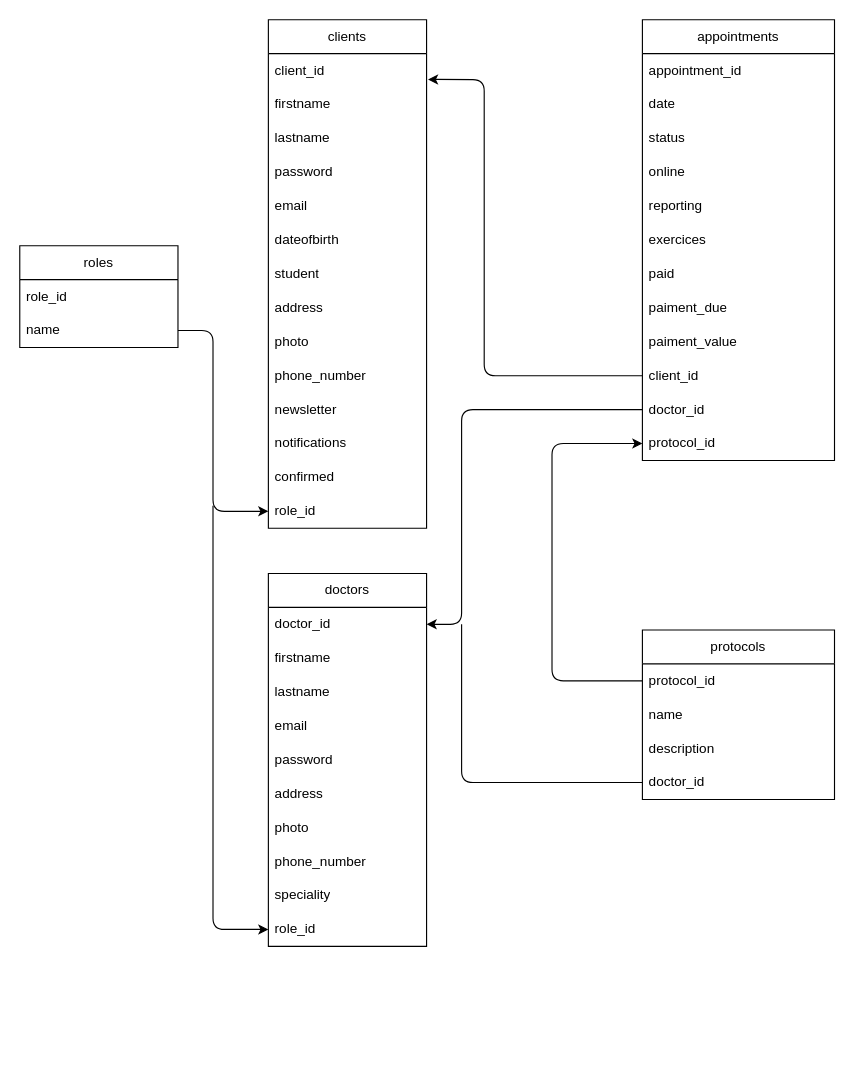
Earlier version of the draw.io diagram project_analysis/mld/mld.drawio (AlexSearha/KL-sophro-React-Back). Source tidied: cells renumbered, new cells numbered last; positions are measured from the earlier drawing's top-left corner, leaving out a move shared by most shapes. Both pictures are drawn from the tidied source at 113%, with x=0, y=0 at pixel (19, 19).
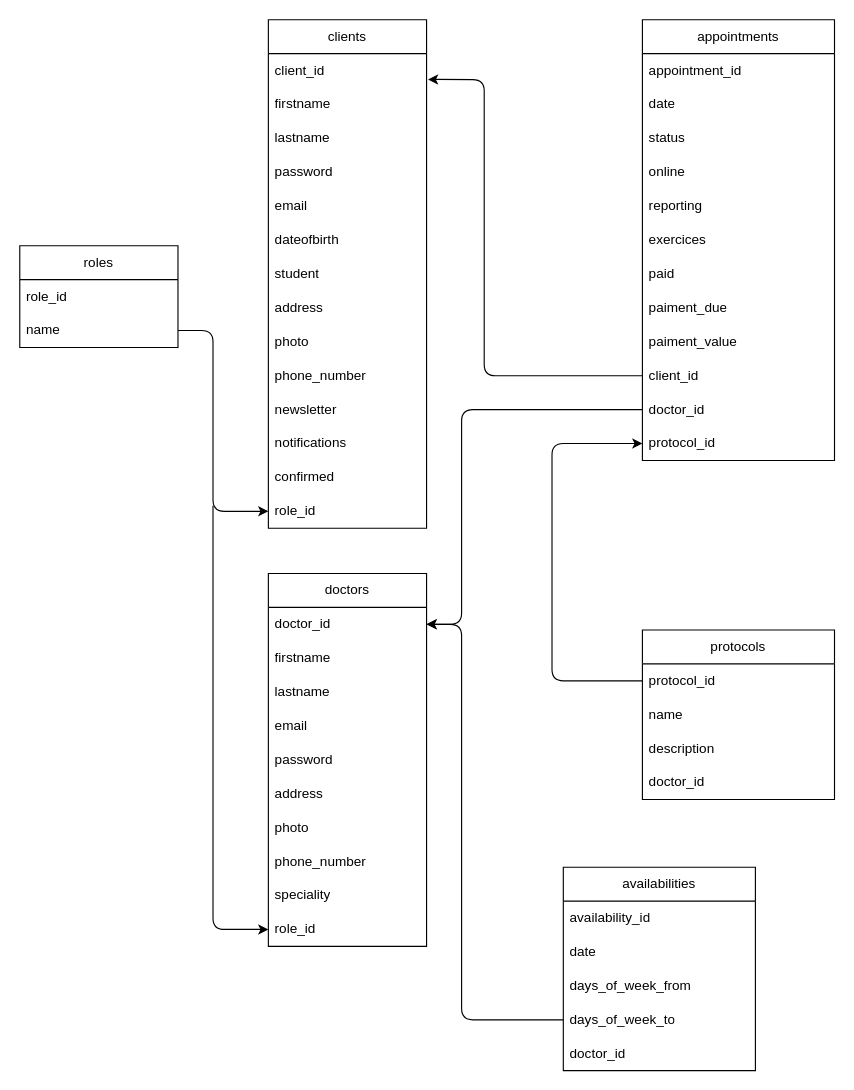
After the change.

Unchanged cells that the change refers to:
```xml
<mxCell id="18" value="doctor_id" style="text;strokeColor=none;fillColor=none;align=left;verticalAlign=middle;spacingLeft=4;spacingRight=4;overflow=hidden;points=[[0,0.5],[1,0.5]];portConstraint=eastwest;whiteSpace=wrap;html=1;" parent="17" vertex="1">
  <mxGeometry y="30" width="140" height="30" as="geometry" />
</mxCell>
<mxCell id="48" value="doctor_id" style="text;strokeColor=none;fillColor=none;align=left;verticalAlign=middle;spacingLeft=4;spacingRight=4;overflow=hidden;points=[[0,0.5],[1,0.5]];portConstraint=eastwest;whiteSpace=wrap;html=1;" parent="44" vertex="1">
  <mxGeometry y="120" width="170" height="30" as="geometry" />
</mxCell>
```

Diff of the diagram source:
```diff
@@
-    <mxCell id="54" style="edgeStyle=none;html=1;endArrow=none;endFill=0;" parent="1" edge="1" source="48">
-      <mxGeometry relative="1" as="geometry">
-        <mxPoint x="391" y="535" as="targetPoint" />
-        <Array as="points">
-          <mxPoint x="391" y="675" />
-        </Array>
-      </mxGeometry>
-    </mxCell>
+    <mxCell id="55" style="edgeStyle=none;html=1;entryX=1;entryY=0.5;entryDx=0;entryDy=0;exitX=0;exitY=0.5;exitDx=0;exitDy=0;" parent="1" edge="1" source="60" target="18">
+      <mxGeometry relative="1" as="geometry">
+        <Array as="points">
+          <mxPoint x="391" y="885" />
+          <mxPoint x="391" y="535" />
+        </Array>
+      </mxGeometry>
+    </mxCell>
+    <mxCell id="56" value="availabilities" style="swimlane;fontStyle=0;horizontal=1;startSize=30;whiteSpace=wrap;html=1;" parent="1" vertex="1">
+      <mxGeometry x="481" y="750" width="170" height="180" as="geometry" />
+    </mxCell>
+    <mxCell id="57" value="availability_id" style="text;strokeColor=none;fillColor=none;align=left;verticalAlign=middle;spacingLeft=4;spacingRight=4;overflow=hidden;whiteSpace=wrap;html=1;" parent="56" vertex="1">
+      <mxGeometry y="30" width="170" height="30" as="geometry" />
+    </mxCell>
+    <mxCell id="58" value="date" style="text;strokeColor=none;fillColor=none;align=left;verticalAlign=middle;spacingLeft=4;spacingRight=4;overflow=hidden;whiteSpace=wrap;html=1;" parent="56" vertex="1">
+      <mxGeometry y="60" width="170" height="30" as="geometry" />
+    </mxCell>
+    <mxCell id="59" value="days_of_week_from" style="text;strokeColor=none;fillColor=none;align=left;verticalAlign=middle;spacingLeft=4;spacingRight=4;overflow=hidden;whiteSpace=wrap;html=1;" parent="56" vertex="1">
+      <mxGeometry y="90" width="170" height="30" as="geometry" />
+    </mxCell>
+    <mxCell id="60" value="days_of_week_to" style="text;strokeColor=none;fillColor=none;align=left;verticalAlign=middle;spacingLeft=4;spacingRight=4;overflow=hidden;points=[[0,0.5],[1,0.5]];portConstraint=eastwest;whiteSpace=wrap;html=1;" parent="56" vertex="1">
+      <mxGeometry y="120" width="170" height="30" as="geometry" />
+    </mxCell>
+    <mxCell id="61" value="doctor_id" style="text;strokeColor=none;fillColor=none;align=left;verticalAlign=middle;spacingLeft=4;spacingRight=4;overflow=hidden;whiteSpace=wrap;html=1;" parent="56" vertex="1">
+      <mxGeometry y="150" width="170" height="30" as="geometry" />
+    </mxCell>
```
